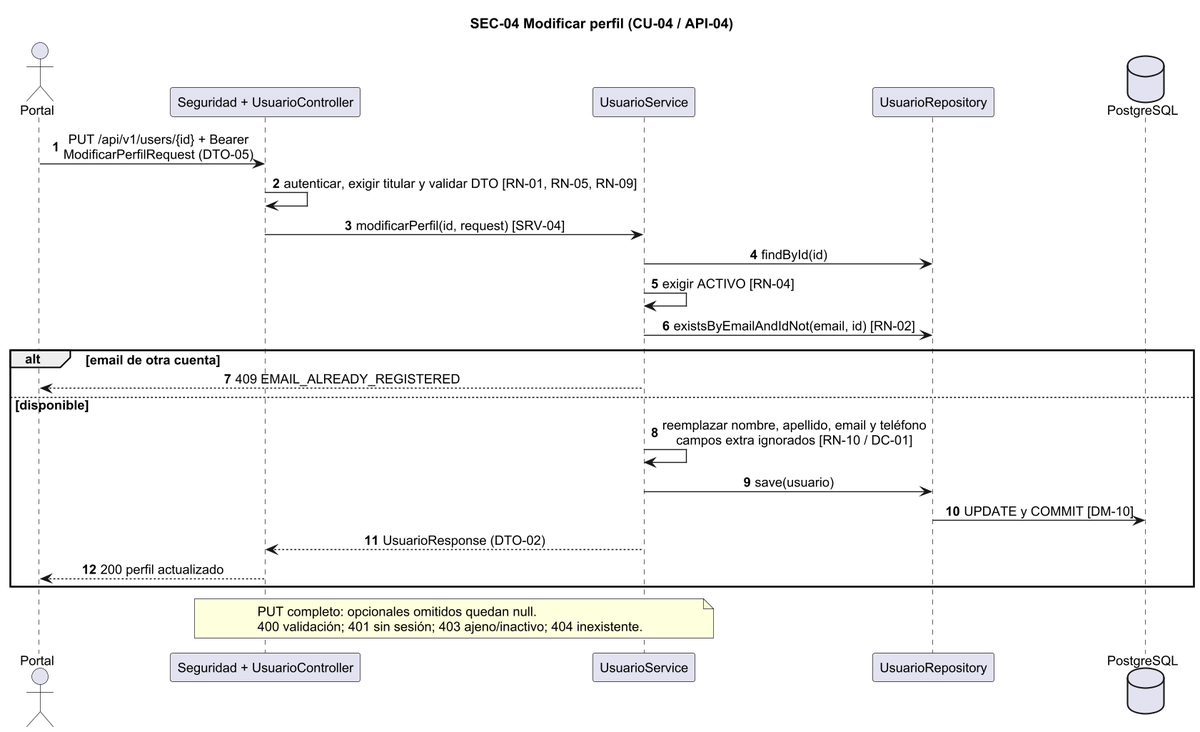
CarlaGorgal2002/deliverygo-usuarios-auth keeps this PlantUML diagram as doc/Diagramas/SEC-04.png. Above is the earlier version.
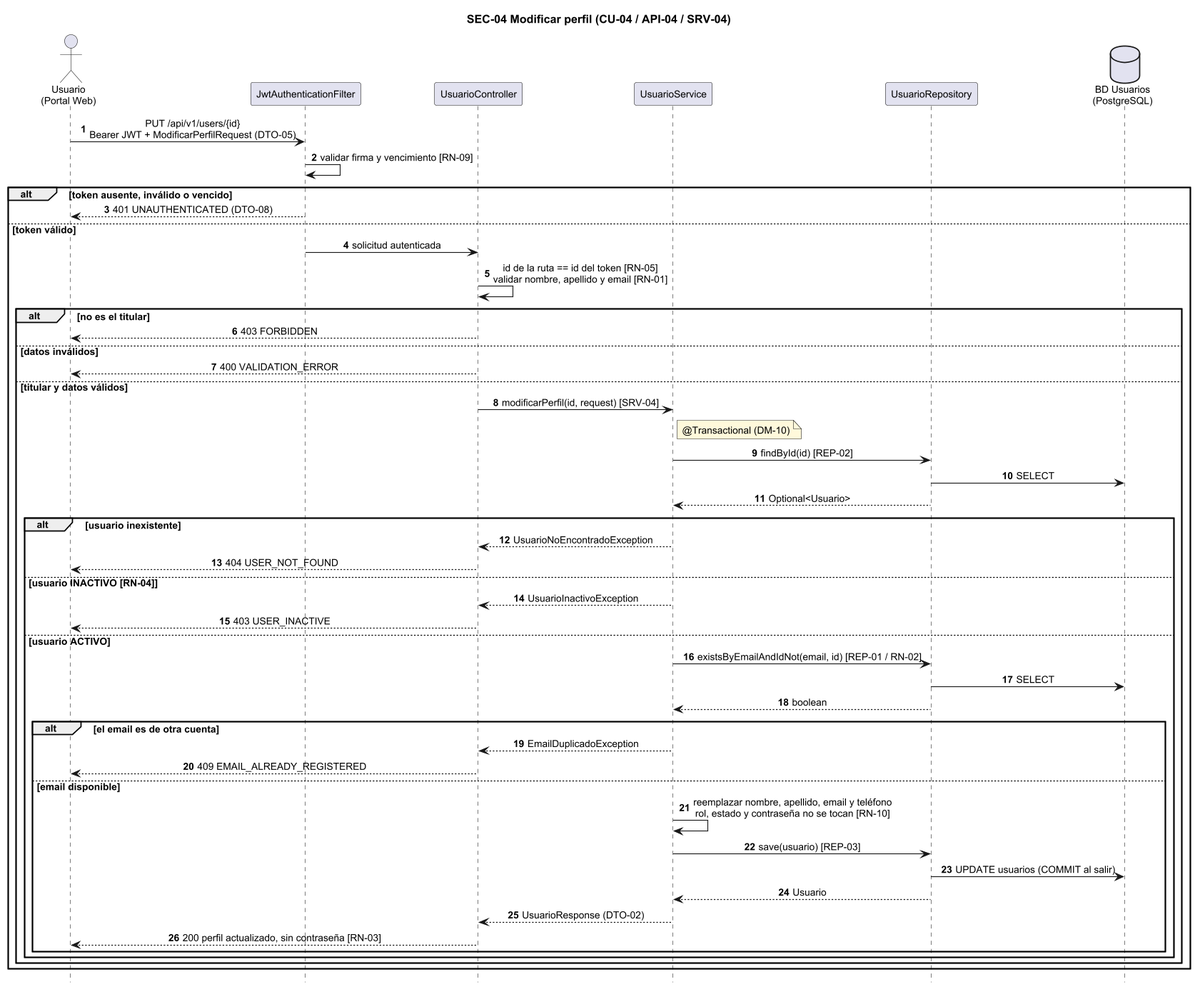
The same file after the commit.

The edit, as a diff of the source:
```diff
@@ -1,30 +1,61 @@
 @startuml SEC-04
-skinparam dpi 135
+skinparam dpi 110
 skinparam shadowing false
 skinparam defaultFontName Arial
-skinparam defaultFontSize 13
+skinparam defaultFontSize 12
 skinparam sequenceMessageAlign center
-title SEC-04 Modificar perfil (CU-04 / API-04)
+skinparam responseMessageBelowArrow true
+skinparam NoteBackgroundColor #FFF9DB
+skinparam ParticipantPadding 12
+hide footbox
+title SEC-04 Modificar perfil (CU-04 / API-04 / SRV-04)
 autonumber
-actor Portal
-participant "Seguridad + UsuarioController" as C
+actor "Usuario\n(Portal Web)" as A
+participant JwtAuthenticationFilter as F
+participant UsuarioController as C
 participant UsuarioService as S
-participant UsuarioRepository as R
-database PostgreSQL as DB
-Portal -> C : PUT /api/v1/users/{id} + Bearer\nModificarPerfilRequest (DTO-05)
-C -> C : autenticar, exigir titular y validar DTO [RN-01, RN-05, RN-09]
-C -> S : modificarPerfil(id, request) [SRV-04]
-S -> R : findById(id)
-S -> S : exigir ACTIVO [RN-04]
-S -> R : existsByEmailAndIdNot(email, id) [RN-02]
-alt email de otra cuenta
- S --> Portal : 409 EMAIL_ALREADY_REGISTERED
-else disponible
- S -> S : reemplazar nombre, apellido, email y teléfono\ncampos extra ignorados [RN-10 / DC-01]
- S -> R : save(usuario)
- R -> DB : UPDATE y COMMIT [DM-10]
- S --> C : UsuarioResponse (DTO-02)
- C --> Portal : 200 perfil actualizado
+participant UsuarioRepository as UR
+database "BD Usuarios\n(PostgreSQL)" as DB
+
+A -> F : PUT /api/v1/users/{id}\nBearer JWT + ModificarPerfilRequest (DTO-05)
+F -> F : validar firma y vencimiento [RN-09]
+alt token ausente, inválido o vencido
+  F --> A : 401 UNAUTHENTICATED (DTO-08)
+else token válido
+  F -> C : solicitud autenticada
+  C -> C : id de la ruta == id del token [RN-05]\nvalidar nombre, apellido y email [RN-01]
+  alt no es el titular
+    C --> A : 403 FORBIDDEN
+  else datos inválidos
+    C --> A : 400 VALIDATION_ERROR
+  else titular y datos válidos
+    C -> S : modificarPerfil(id, request) [SRV-04]
+    note right of S : @Transactional (DM-10)
+    S -> UR : findById(id) [REP-02]
+    UR -> DB : SELECT
+    UR --> S : Optional<Usuario>
+    alt usuario inexistente
+      S --> C : UsuarioNoEncontradoException
+      C --> A : 404 USER_NOT_FOUND
+    else usuario INACTIVO [RN-04]
+      S --> C : UsuarioInactivoException
+      C --> A : 403 USER_INACTIVE
+    else usuario ACTIVO
+      S -> UR : existsByEmailAndIdNot(email, id) [REP-01 / RN-02]
+      UR -> DB : SELECT
+      UR --> S : boolean
+      alt el email es de otra cuenta
+        S --> C : EmailDuplicadoException
+        C --> A : 409 EMAIL_ALREADY_REGISTERED
+      else email disponible
+        S -> S : reemplazar nombre, apellido, email y teléfono\nrol, estado y contraseña no se tocan [RN-10]
+        S -> UR : save(usuario) [REP-03]
+        UR -> DB : UPDATE usuarios (COMMIT al salir)
+        UR --> S : Usuario
+        S --> C : UsuarioResponse (DTO-02)
+        C --> A : 200 perfil actualizado, sin contraseña [RN-03]
+      end
+    end
+  end
 end
-note over C,S : PUT completo: opcionales omitidos quedan null.\n400 validación; 401 sin sesión; 403 ajeno/inactivo; 404 inexistente.
 @enduml
```
